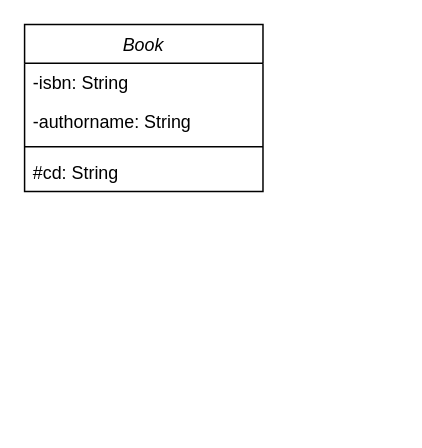
The draw.io diagram Book Diagram.drawio in fxrhxnS/Week2Diagram, before the edit. Source tidied: cells renumbered, new cells numbered last; positions are measured from the earlier drawing's top-left corner, leaving out a move shared by most shapes. Both pictures are drawn from the tidied source at 149%, with x=0, y=0 at pixel (24, 24).
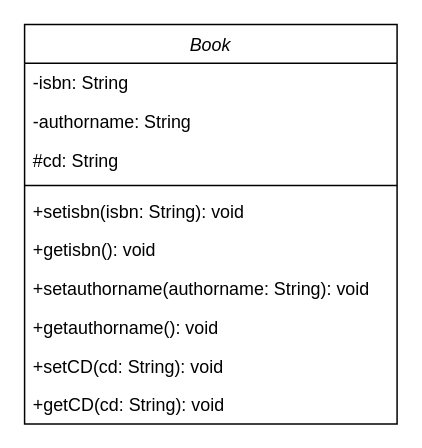
The same page after the edit.

Diff of the diagram source:
```diff
@@
 <mxGraphModel>
   <root>
     <mxCell id="0" />
     <mxCell id="1" parent="0" />
     <mxCell id="2" value="Book" style="swimlane;fontStyle=2;align=center;verticalAlign=top;horizontal=1;startSize=26;rounded=0;shadow=0;strokeWidth=1;" parent="1" vertex="1">
-      <mxGeometry width="160" height="112" as="geometry" />
+      <mxGeometry width="250" height="268" as="geometry" />
     </mxCell>
     <mxCell id="3" value="-isbn: String" style="text;align=left;verticalAlign=top;spacingLeft=4;spacingRight=4;overflow=hidden;" parent="2" vertex="1">
-      <mxGeometry y="26" width="160" height="26" as="geometry" />
+      <mxGeometry y="26" width="250" height="26" as="geometry" />
     </mxCell>
     <mxCell id="4" value="-authorname: String" style="text;align=left;verticalAlign=top;spacingLeft=4;spacingRight=4;overflow=hidden;rounded=0;shadow=0;html=0;" parent="2" vertex="1">
-      <mxGeometry y="52" width="160" height="26" as="geometry" />
+      <mxGeometry y="52" width="250" height="26" as="geometry" />
     </mxCell>
+    <mxCell id="7" value="#cd: String" style="text;align=left;verticalAlign=top;spacingLeft=4;spacingRight=4;overflow=hidden;rounded=0;shadow=0;html=0;" parent="2" vertex="1">
+      <mxGeometry y="78" width="250" height="26" as="geometry" />
+    </mxCell>
     <mxCell id="5" style="line;html=1;strokeWidth=1;align=left;verticalAlign=middle;spacingTop=-1;spacingLeft=3;spacingRight=3;labelPosition=right;" parent="2" vertex="1">
-      <mxGeometry y="78" width="160" height="8" as="geometry" />
+      <mxGeometry y="104" width="250" height="8" as="geometry" />
     </mxCell>
-    <mxCell id="6" value="#cd: String" style="text;align=left;verticalAlign=top;spacingLeft=4;spacingRight=4;overflow=hidden;" parent="2" vertex="1">
-      <mxGeometry y="86" width="160" height="26" as="geometry" />
+    <mxCell id="6" value="+setisbn(isbn: String): void" style="text;align=left;verticalAlign=top;spacingLeft=4;spacingRight=4;overflow=hidden;" parent="2" vertex="1">
+      <mxGeometry y="112" width="250" height="26" as="geometry" />
     </mxCell>
+    <mxCell id="8" value="+getisbn(): void" style="text;align=left;verticalAlign=top;spacingLeft=4;spacingRight=4;overflow=hidden;" parent="2" vertex="1">
+      <mxGeometry y="138" width="250" height="26" as="geometry" />
+    </mxCell>
+    <mxCell id="9" value="+setauthorname(authorname: String): void" style="text;align=left;verticalAlign=top;spacingLeft=4;spacingRight=4;overflow=hidden;" parent="2" vertex="1">
+      <mxGeometry y="164" width="250" height="26" as="geometry" />
+    </mxCell>
+    <mxCell id="10" value="+getauthorname(): void" style="text;align=left;verticalAlign=top;spacingLeft=4;spacingRight=4;overflow=hidden;" parent="2" vertex="1">
+      <mxGeometry y="190" width="250" height="26" as="geometry" />
+    </mxCell>
+    <mxCell id="11" value="+setCD(cd: String): void" style="text;align=left;verticalAlign=top;spacingLeft=4;spacingRight=4;overflow=hidden;" parent="2" vertex="1">
+      <mxGeometry y="216" width="250" height="26" as="geometry" />
+    </mxCell>
+    <mxCell id="12" value="+getCD(cd: String): void" style="text;align=left;verticalAlign=top;spacingLeft=4;spacingRight=4;overflow=hidden;" parent="2" vertex="1">
+      <mxGeometry y="242" width="250" height="26" as="geometry" />
+    </mxCell>
   </root>
 </mxGraphModel>
```
